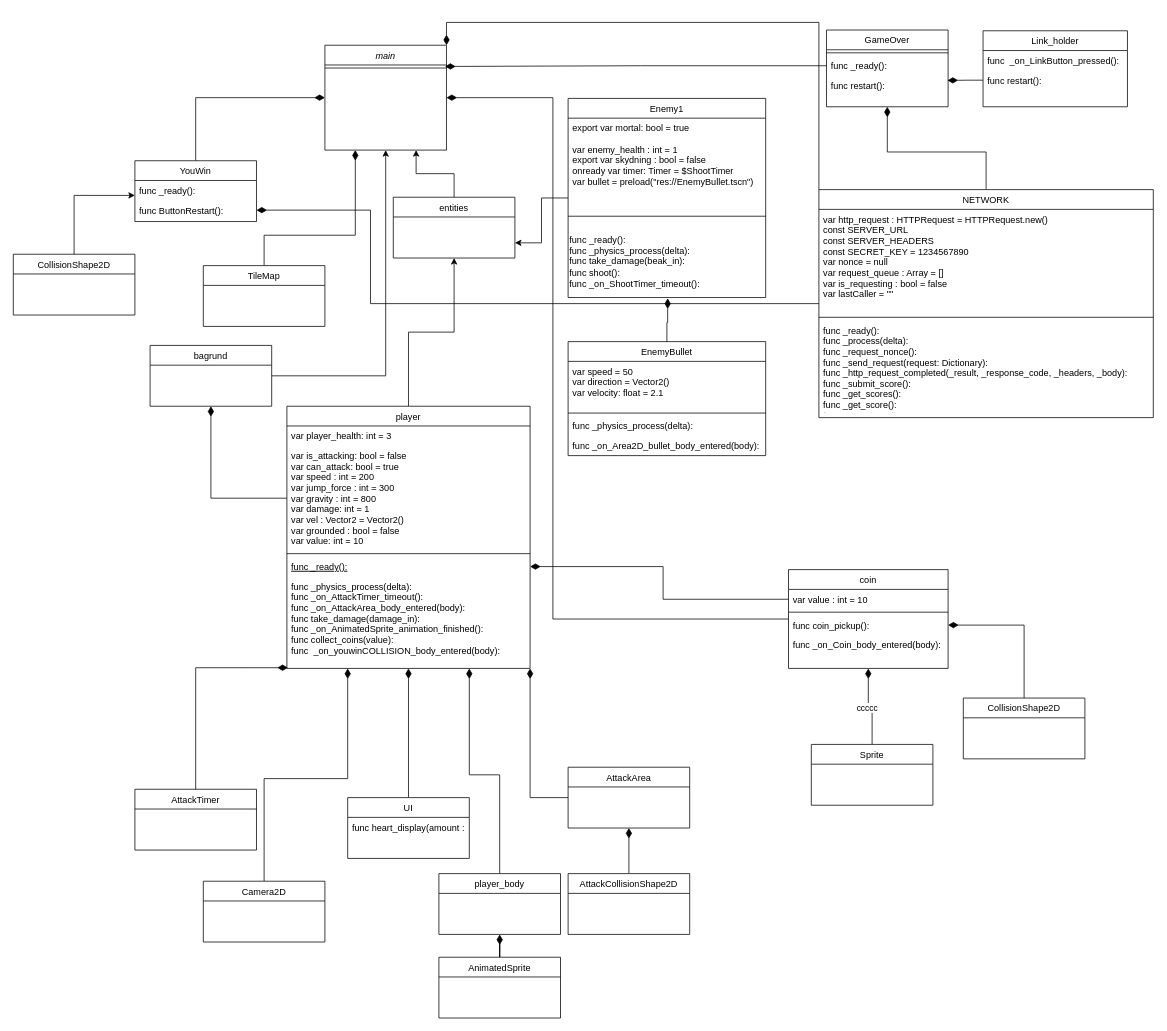
Before: Unavngivet diagram.drawio in Anasbananhovede/eksame-projekt, a draw.io diagram. Source tidied: cells renumbered, new cells numbered last; positions are measured from the earlier drawing's top-left corner, leaving out a move shared by most shapes. Both pictures are drawn from the tidied source at 76%, with x=0, y=0 at pixel (13, 30).
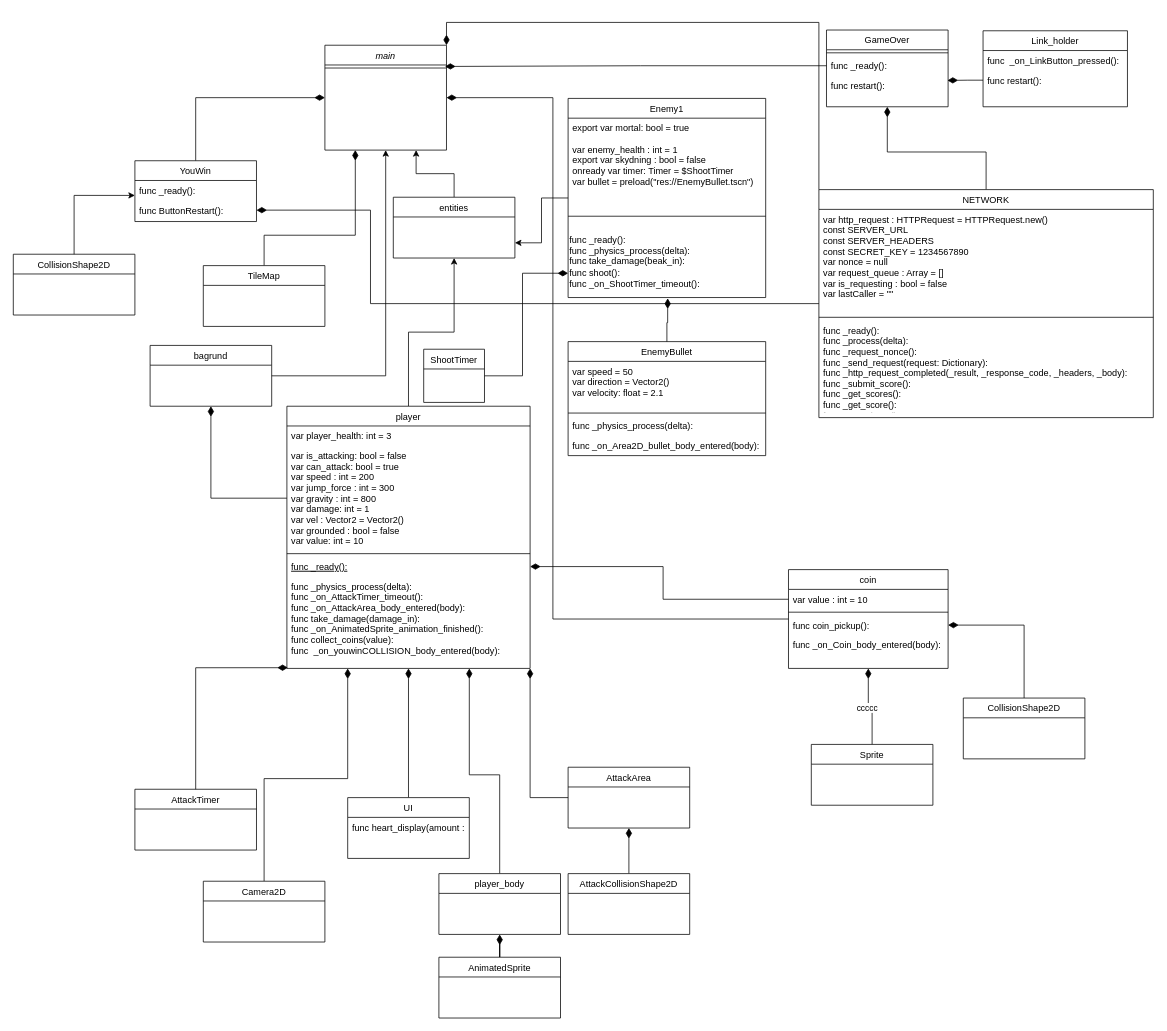
The same diagram, later.

Commit message:
er færdig med klasse diagram(tror jeg).drawio

The change refers to these unchanged cells:
```xml
<mxCell id="15" value="func _ready():&lt;br&gt;func _physics_process(delta):&lt;br&gt;func take_damage(beak_in):&lt;br&gt;func shoot():&lt;br&gt;func _on_ShootTimer_timeout():" style="text;html=1;align=left;verticalAlign=middle;points=[];strokeColor=none;fillColor=none;" parent="12" vertex="1">
  <mxGeometry y="170" width="260" height="90" as="geometry" />
</mxCell>
```

Diff of the diagram source:
```diff
@@
+    <mxCell id="77" value="ShootTimer" style="swimlane;fontStyle=0;align=center;verticalAlign=top;horizontal=1;startSize=26;rounded=0;shadow=0;strokeWidth=1;" parent="1" vertex="1">
+      <mxGeometry x="540" y="420" width="80" height="70" as="geometry" />
+    </mxCell>
+    <mxCell id="78" style="edgeStyle=orthogonalEdgeStyle;rounded=0;jettySize=auto;html=1;entryX=0;entryY=0.667;entryDx=0;entryDy=0;entryPerimeter=0;endArrow=diamondThin;endFill=1;endSize=11;" parent="1" edge="1" source="77" target="15">
+      <mxGeometry relative="1" as="geometry" />
+    </mxCell>
```
